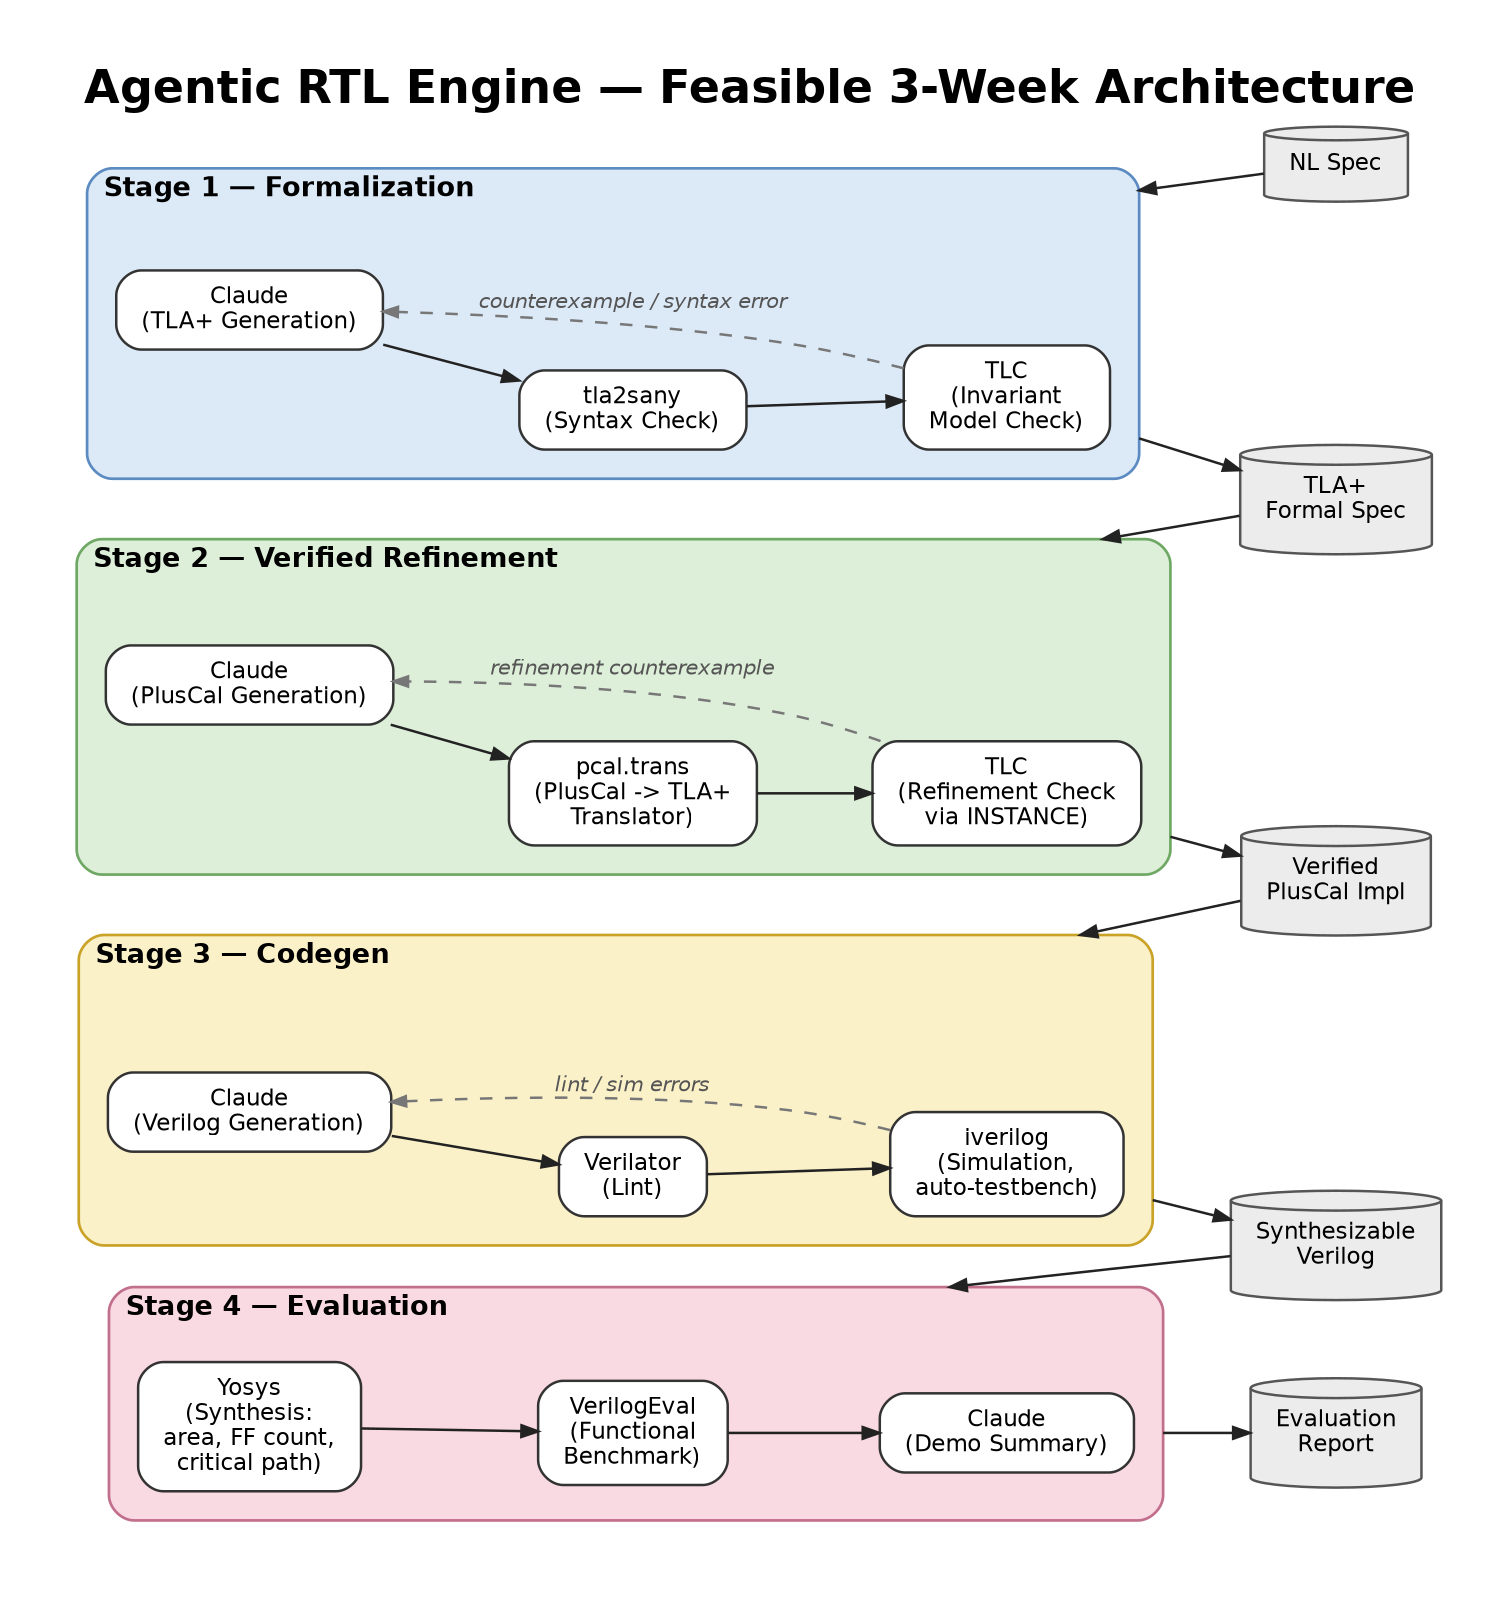
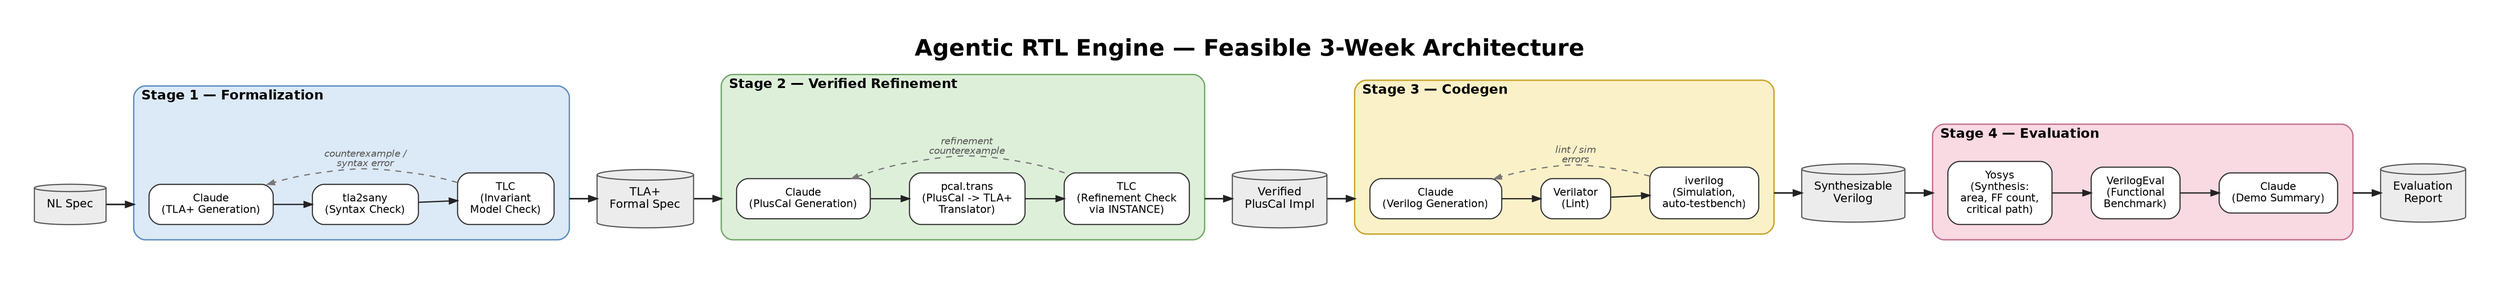
digraph FeasibleArchitecture {
    // Global graph settings
    rankdir=LR;
    bgcolor="white";
    labelloc="t";
-     label=<<b><font point-size="22">Agentic RTL Engine — Feasible 3-Week Architecture</font></b>>;
+     label=<<b><font point-size="24">Agentic RTL Engine — Feasible 3-Week Architecture</font></b>>;
    fontname="Helvetica";
-     fontsize=22;
-     nodesep=0.35;
+     fontsize=24;
+     nodesep=0.30;
    ranksep=0.55;
-     splines=true;
+     splines=spline;
    compound=true;
-     pad=0.4;
+     pad=0.5;
+     newrank=true;

    // Default node style
    node [
        fontname="Helvetica",
        fontsize=11,
        style="rounded,filled",
        shape=box,
        fillcolor="white",
        color="#333333",
        penwidth=1.2,
-         margin="0.16,0.10"
+         margin="0.18,0.12"
    ];

    // Default edge style
    edge [
        fontname="Helvetica",
        fontsize=10,
        color="#222222",
-         arrowsize=0.8,
-         penwidth=1.2
+         arrowsize=0.85,
+         penwidth=1.3
    ];

    //========================================================================
-     // Boundary artifacts (shaded rectangles, cylinder-like)
+     // Boundary artifacts (cylinder)
    //========================================================================
-     node [shape=cylinder, fillcolor="#ECECEC", color="#555555", style="filled", fontname="Helvetica", fontsize=11];
- 
-     nl_spec      [label="NL Spec"];
-     tla_spec     [label="TLA+\nFormal Spec"];
-     pluscal      [label="Verified\nPlusCal Impl"];
-     verilog      [label="Synthesizable\nVerilog"];
-     eval_report  [label="Evaluation\nReport"];
- 
-     // Reset to box style for subsequent nodes
-     node [shape=box, style="rounded,filled", fillcolor="white", color="#333333"];
+     nl_spec      [shape=cylinder, style="filled", fillcolor="#ECECEC", color="#555555", label="NL Spec", fontsize=12];
+     tla_spec     [shape=cylinder, style="filled", fillcolor="#ECECEC", color="#555555", label="TLA+\nFormal Spec", fontsize=12];
+     pluscal      [shape=cylinder, style="filled", fillcolor="#ECECEC", color="#555555", label="Verified\nPlusCal Impl", fontsize=12];
+     verilog_art  [shape=cylinder, style="filled", fillcolor="#ECECEC", color="#555555", label="Synthesizable\nVerilog", fontsize=12];
+     eval_report  [shape=cylinder, style="filled", fillcolor="#ECECEC", color="#555555", label="Evaluation\nReport", fontsize=12];

    //========================================================================
    // STAGE 1 — Formalization (light blue)
    //========================================================================
    subgraph cluster_stage1 {
        label=<<b>Stage 1 — Formalization</b>>;
        style="rounded,filled";
-         fillcolor="#DCE9F7";   // light blue
+         fillcolor="#DCE9F7";
        color="#5B8BC1";
-         penwidth=1.3;
+         penwidth=1.4;
        fontname="Helvetica";
-         fontsize=13;
+         fontsize=14;
        labelloc="t";
        labeljust="l";
-         margin=14;
+         margin=16;

-         s1_claude   [label="Claude\n(TLA+ Generation)", fillcolor="#FFFFFF"];
-         s1_sany     [label="tla2sany\n(Syntax Check)", fillcolor="#FFFFFF"];
-         s1_tlc      [label="TLC\n(Invariant\nModel Check)", fillcolor="#FFFFFF"];
+         s1_claude   [label="Claude\n(TLA+ Generation)"];
+         s1_sany     [label="tla2sany\n(Syntax Check)"];
+         s1_tlc      [label="TLC\n(Invariant\nModel Check)"];

-         // forward flow inside cluster
        s1_claude -> s1_sany;
        s1_sany   -> s1_tlc;

-         // dashed retry loop inside cluster
        s1_tlc -> s1_claude [
            style="dashed",
            color="#777777",
            fontcolor="#555555",
-             label=<<i>counterexample / syntax error</i>>,
+             label=<<i>counterexample /<br/>syntax error</i>>,
            constraint=false,
            arrowsize=0.7
        ];
    }

    //========================================================================
    // STAGE 2 — Verified Refinement (light green)
    //========================================================================
    subgraph cluster_stage2 {
        label=<<b>Stage 2 — Verified Refinement</b>>;
        style="rounded,filled";
-         fillcolor="#DDEFD9";   // light green
+         fillcolor="#DDEFD9";
        color="#6FA864";
-         penwidth=1.3;
+         penwidth=1.4;
        fontname="Helvetica";
-         fontsize=13;
+         fontsize=14;
        labelloc="t";
        labeljust="l";
-         margin=14;
+         margin=16;

-         s2_claude   [label="Claude\n(PlusCal Generation)", fillcolor="#FFFFFF"];
-         s2_pcal     [label="pcal.trans\n(PlusCal -> TLA+\nTranslator)", fillcolor="#FFFFFF"];
-         s2_tlc      [label="TLC\n(Refinement Check\nvia INSTANCE)", fillcolor="#FFFFFF"];
+         s2_claude   [label="Claude\n(PlusCal Generation)"];
+         s2_pcal     [label="pcal.trans\n(PlusCal -> TLA+\nTranslator)"];
+         s2_tlc      [label="TLC\n(Refinement Check\nvia INSTANCE)"];

        s2_claude -> s2_pcal;
        s2_pcal   -> s2_tlc;

        s2_tlc -> s2_claude [
            style="dashed",
            color="#777777",
            fontcolor="#555555",
-             label=<<i>refinement counterexample</i>>,
+             label=<<i>refinement<br/>counterexample</i>>,
            constraint=false,
            arrowsize=0.7
        ];
    }

    //========================================================================
    // STAGE 3 — Codegen (light yellow)
    //========================================================================
    subgraph cluster_stage3 {
        label=<<b>Stage 3 — Codegen</b>>;
        style="rounded,filled";
-         fillcolor="#FBF1C8";   // light yellow
+         fillcolor="#FBF1C8";
        color="#C9A227";
-         penwidth=1.3;
+         penwidth=1.4;
        fontname="Helvetica";
-         fontsize=13;
+         fontsize=14;
        labelloc="t";
        labeljust="l";
-         margin=14;
+         margin=16;

-         s3_claude    [label="Claude\n(Verilog Generation)", fillcolor="#FFFFFF"];
-         s3_verilator [label="Verilator\n(Lint)", fillcolor="#FFFFFF"];
-         s3_iverilog  [label="iverilog\n(Simulation,\nauto-testbench)", fillcolor="#FFFFFF"];
+         s3_claude    [label="Claude\n(Verilog Generation)"];
+         s3_verilator [label="Verilator\n(Lint)"];
+         s3_iverilog  [label="iverilog\n(Simulation,\nauto-testbench)"];

        s3_claude    -> s3_verilator;
        s3_verilator -> s3_iverilog;

        s3_iverilog -> s3_claude [
            style="dashed",
            color="#777777",
            fontcolor="#555555",
-             label=<<i>lint / sim errors</i>>,
+             label=<<i>lint / sim<br/>errors</i>>,
            constraint=false,
            arrowsize=0.7
        ];
    }

    //========================================================================
    // STAGE 4 — Evaluation (light pink)
    //========================================================================
    subgraph cluster_stage4 {
        label=<<b>Stage 4 — Evaluation</b>>;
        style="rounded,filled";
-         fillcolor="#F9D9E2";   // light pink
+         fillcolor="#F9D9E2";
        color="#C26F8E";
-         penwidth=1.3;
+         penwidth=1.4;
        fontname="Helvetica";
-         fontsize=13;
+         fontsize=14;
        labelloc="t";
        labeljust="l";
-         margin=14;
+         margin=16;

-         s4_yosys   [label="Yosys\n(Synthesis:\narea, FF count,\ncritical path)", fillcolor="#FFFFFF"];
-         s4_veval   [label="VerilogEval\n(Functional\nBenchmark)", fillcolor="#FFFFFF"];
-         s4_claude  [label="Claude\n(Demo Summary)", fillcolor="#FFFFFF"];
+         s4_yosys   [label="Yosys\n(Synthesis:\narea, FF count,\ncritical path)"];
+         s4_veval   [label="VerilogEval\n(Functional\nBenchmark)"];
+         s4_claude  [label="Claude\n(Demo Summary)"];

        s4_yosys -> s4_veval;
        s4_veval -> s4_claude;
    }

    //========================================================================
-     // Inter-stage forward flow (boundary artifacts)
+     // Inter-stage forward flow (boundary artifacts in pipeline)
    //========================================================================
-     nl_spec   -> s1_claude    [lhead=cluster_stage1];
-     s1_tlc    -> tla_spec     [ltail=cluster_stage1];
-     tla_spec  -> s2_claude    [lhead=cluster_stage2];
-     s2_tlc    -> pluscal      [ltail=cluster_stage2];
-     pluscal   -> s3_claude    [lhead=cluster_stage3];
-     s3_iverilog -> verilog    [ltail=cluster_stage3];
-     verilog   -> s4_yosys     [lhead=cluster_stage4];
-     s4_claude -> eval_report  [ltail=cluster_stage4];
- 
-     //========================================================================
-     // Ordering hints to keep boundary artifacts horizontally aligned
-     //========================================================================
-     { rank=same; nl_spec; tla_spec; pluscal; verilog; eval_report; }
+     nl_spec     -> s1_claude    [lhead=cluster_stage1, penwidth=1.6];
+     s1_tlc      -> tla_spec     [ltail=cluster_stage1, penwidth=1.6];
+     tla_spec    -> s2_claude    [lhead=cluster_stage2, penwidth=1.6];
+     s2_tlc      -> pluscal      [ltail=cluster_stage2, penwidth=1.6];
+     pluscal     -> s3_claude    [lhead=cluster_stage3, penwidth=1.6];
+     s3_iverilog -> verilog_art  [ltail=cluster_stage3, penwidth=1.6];
+     verilog_art -> s4_yosys     [lhead=cluster_stage4, penwidth=1.6];
+     s4_claude   -> eval_report  [ltail=cluster_stage4, penwidth=1.6];
}
